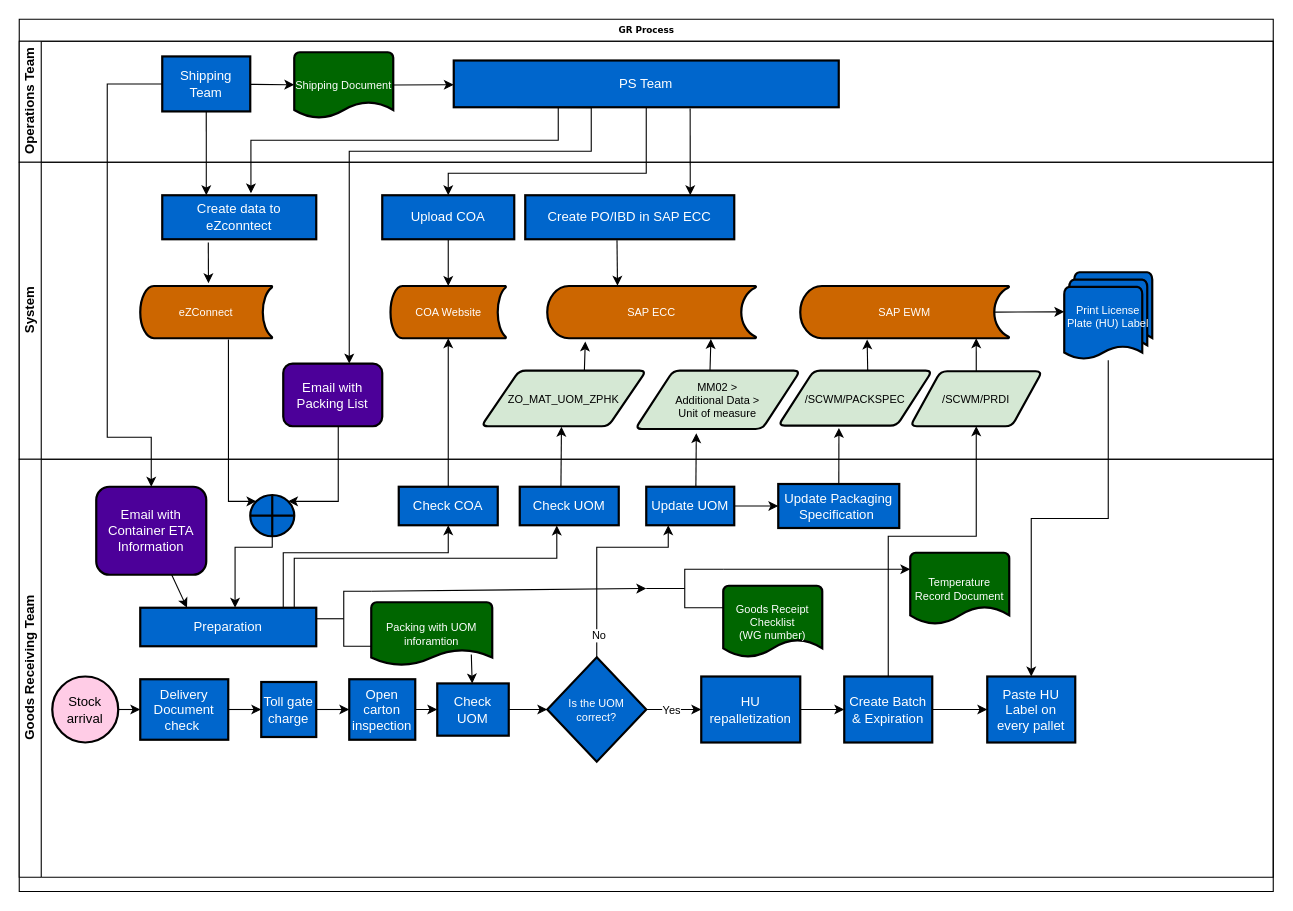
Earlier version of the draw.io diagram GR_Flowchart.drawio (chengkahohk/ZPHK_GR_workflow). Source tidied: cells renumbered, new cells numbered last; positions are measured from the earlier drawing's top-left corner, leaving out a move shared by most shapes. Both pictures are drawn from the tidied source at 110%, with x=0, y=0 at pixel (19, 19).
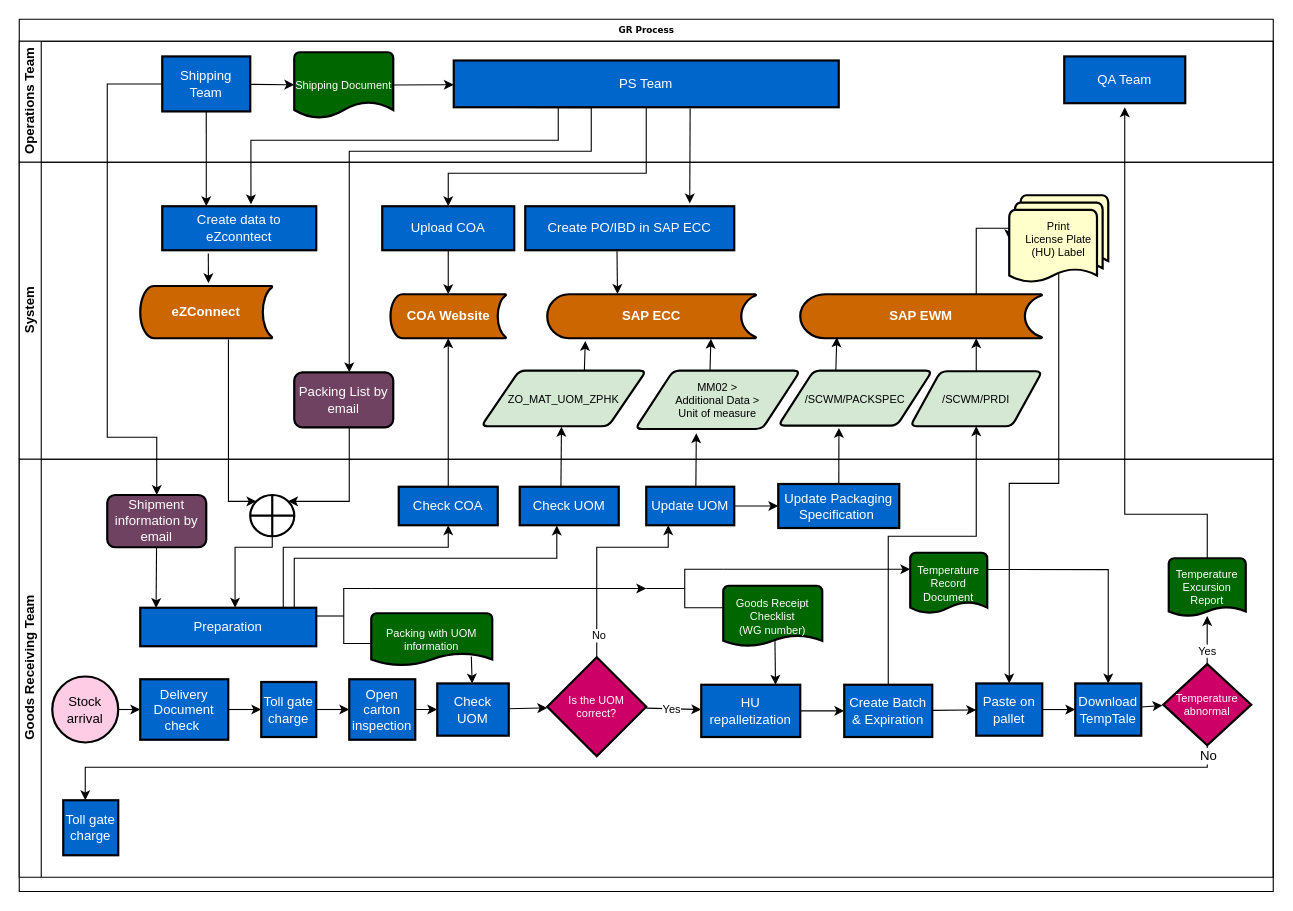
The same diagram, later.

The change refers to these unchanged cells:
```xml
<mxCell id="2" value="GR Process" style="swimlane;html=1;horizontal=1;startSize=20;rounded=0;shadow=0;labelBackgroundColor=none;strokeWidth=1;fontFamily=Verdana;fontSize=8;align=center;" parent="1" vertex="1">
  <mxGeometry width="1140" height="793" as="geometry" />
</mxCell>
<mxCell id="4" value="Operations Team" style="swimlane;html=1;startSize=20;horizontal=0;" parent="2" vertex="1">
  <mxGeometry y="20" width="1140" height="110" as="geometry" />
</mxCell>
<mxCell id="7" value="PS Team" style="whiteSpace=wrap;html=1;fillColor=#0066CC;fontColor=#FFFFFF;strokeWidth=2;" parent="4" vertex="1">
  <mxGeometry x="395" y="17.5" width="350" height="42.5" as="geometry" />
</mxCell>
<mxCell id="9" value="Shipping Team" style="whiteSpace=wrap;html=1;fillColor=#0066CC;fontColor=#FFFFFF;strokeWidth=2;" parent="4" vertex="1">
  <mxGeometry x="130" y="13.8" width="80" height="50" as="geometry" />
</mxCell>
<mxCell id="20" value="System" style="swimlane;html=1;startSize=20;horizontal=0;" parent="2" vertex="1">
  <mxGeometry y="130" width="1140" height="270" as="geometry" />
</mxCell>
<mxCell id="34" value="&lt;font style=&quot;font-size: 10px;&quot;&gt;/SCWM/PACKSPEC&lt;/font&gt;" style="shape=parallelogram;html=1;strokeWidth=2;perimeter=parallelogramPerimeter;whiteSpace=wrap;rounded=1;arcSize=12;size=0.23;fontFamily=Helvetica;fontSize=10;fontColor=#000000;fillColor=#D5E8D4;" parent="20" vertex="1">
  <mxGeometry x="690" y="189.5" width="140" height="50" as="geometry" />
</mxCell>
<mxCell id="44" value="Goods Receiving Team" style="swimlane;html=1;startSize=20;horizontal=0;" parent="2" vertex="1">
  <mxGeometry y="400" width="1140" height="380" as="geometry" />
</mxCell>
<mxCell id="49" value="Check COA" style="whiteSpace=wrap;html=1;fillColor=#0066CC;fontColor=#FFFFFF;strokeWidth=2;" parent="44" vertex="1">
  <mxGeometry x="345" y="25" width="90" height="35" as="geometry" />
</mxCell>
<mxCell id="54" value="Preparation" style="whiteSpace=wrap;html=1;fillColor=#0066CC;fontColor=#FFFFFF;strokeWidth=2;" parent="44" vertex="1">
  <mxGeometry x="110" y="135" width="160" height="35" as="geometry" />
</mxCell>
```

What changed in the source:
```diff
@@
+    <mxCell id="86" value="QA Team" style="whiteSpace=wrap;html=1;fillColor=#0066CC;fontColor=#FFFFFF;strokeWidth=2;" parent="4" vertex="1">
+      <mxGeometry x="950" y="13.8" width="110" height="42.5" as="geometry" />
+    </mxCell>
     <mxCell id="10" style="edgeStyle=orthogonalEdgeStyle;rounded=0;jettySize=auto;html=1;fontFamily=Helvetica;fontSize=10;fontColor=#FFFFFF;elbow=vertical;" parent="2" edge="1" source="9" target="48">
       <mxGeometry relative="1" as="geometry">
         <Array as="points">
+          <mxPoint x="80" y="59" />
           <mxPoint x="80" y="380" />
-          <mxPoint x="120" y="380" />
+          <mxPoint x="125" y="380" />
         </Array>
       </mxGeometry>
     </mxCell>
@@
     <mxCell id="13" style="edgeStyle=orthogonalEdgeStyle;rounded=0;jettySize=auto;html=1;entryX=1;entryY=0;entryDx=0;entryDy=0;fontFamily=Helvetica;fontSize=10;fontColor=#FFFFFF;" parent="2" edge="1" source="32" target="51">
       <mxGeometry relative="1" as="geometry">
         <Array as="points">
-          <mxPoint x="290" y="438" />
+          <mxPoint x="300" y="438" />
         </Array>
       </mxGeometry>
     </mxCell>
@@
-    <mxCell id="15" style="edgeStyle=none;rounded=0;jettySize=auto;html=1;fontFamily=Helvetica;fontSize=10;fontColor=#FFFFFF;elbow=vertical;exitX=0.614;exitY=1.029;exitDx=0;exitDy=0;exitPerimeter=0;" parent="2" edge="1" source="7">
-      <mxGeometry relative="1" as="geometry">
-        <mxPoint x="610" y="160" as="targetPoint" />
-      </mxGeometry>
+    <mxCell id="15" style="edgeStyle=none;rounded=0;jettySize=auto;html=1;fontFamily=Helvetica;fontSize=10;fontColor=#FFFFFF;elbow=vertical;exitX=0.614;exitY=1.029;exitDx=0;exitDy=0;exitPerimeter=0;entryX=0.787;entryY=-0.063;entryDx=0;entryDy=0;entryPerimeter=0;" parent="2" edge="1" source="7" target="29">
+      <mxGeometry relative="1" as="geometry" />
     </mxCell>
@@
     <mxCell id="21" value="Upload COA" style="whiteSpace=wrap;html=1;fillColor=#0066CC;fontColor=#FFFFFF;strokeWidth=2;" parent="20" vertex="1">
-      <mxGeometry x="330" y="30" width="120" height="40" as="geometry" />
+      <mxGeometry x="330" y="40" width="120" height="40" as="geometry" />
     </mxCell>
-    <mxCell id="22" value="SAP ECC" style="strokeWidth=2;html=1;shape=mxgraph.flowchart.stored_data;whiteSpace=wrap;fontFamily=Helvetica;fontSize=10;fontColor=#FFFFFF;fillColor=#CC6600;" parent="20" vertex="1">
-      <mxGeometry x="480" y="112.5" width="190" height="47.5" as="geometry" />
+    <mxCell id="22" value="&lt;font style=&quot;font-size: 12px;&quot;&gt;&lt;b&gt;SAP ECC&lt;/b&gt;&lt;/font&gt;" style="strokeWidth=2;html=1;shape=mxgraph.flowchart.stored_data;whiteSpace=wrap;fontFamily=Helvetica;fontSize=10;fontColor=#FFFFFF;fillColor=#CC6600;" parent="20" vertex="1">
+      <mxGeometry x="480" y="120" width="190" height="40" as="geometry" />
     </mxCell>
-    <mxCell id="23" value="COA Website" style="strokeWidth=2;html=1;shape=mxgraph.flowchart.stored_data;whiteSpace=wrap;fontFamily=Helvetica;fontSize=10;fontColor=#FFFFFF;fillColor=#CC6600;" parent="20" vertex="1">
-      <mxGeometry x="337.5" y="112.5" width="105" height="47.5" as="geometry" />
+    <mxCell id="23" value="&lt;b&gt;&lt;font style=&quot;font-size: 12px;&quot;&gt;COA Website&lt;/font&gt;&lt;/b&gt;" style="strokeWidth=2;html=1;shape=mxgraph.flowchart.stored_data;whiteSpace=wrap;fontFamily=Helvetica;fontSize=10;fontColor=#FFFFFF;fillColor=#CC6600;" parent="20" vertex="1">
+      <mxGeometry x="337.5" y="120" width="105" height="40" as="geometry" />
     </mxCell>
@@
     <mxCell id="26" value="Create data to eZconntect" style="whiteSpace=wrap;html=1;fillColor=#0066CC;fontColor=#FFFFFF;strokeWidth=2;" parent="20" vertex="1">
-      <mxGeometry x="130" y="30" width="140" height="40" as="geometry" />
+      <mxGeometry x="130" y="40" width="140" height="40" as="geometry" />
     </mxCell>
-    <mxCell id="27" value="eZConnect" style="strokeWidth=2;html=1;shape=mxgraph.flowchart.stored_data;whiteSpace=wrap;fontFamily=Helvetica;fontSize=10;fontColor=#FFFFFF;fillColor=#CC6600;" parent="20" vertex="1">
+    <mxCell id="27" value="&lt;b&gt;&lt;font style=&quot;font-size: 12px;&quot;&gt;eZConnect&lt;/font&gt;&lt;/b&gt;" style="strokeWidth=2;html=1;shape=mxgraph.flowchart.stored_data;whiteSpace=wrap;fontFamily=Helvetica;fontSize=10;fontColor=#FFFFFF;fillColor=#CC6600;" parent="20" vertex="1">
       <mxGeometry x="110" y="112.5" width="120" height="47.5" as="geometry" />
     </mxCell>
@@
     <mxCell id="29" value="Create PO/IBD in SAP ECC" style="whiteSpace=wrap;html=1;fillColor=#0066CC;fontColor=#FFFFFF;strokeWidth=2;" parent="20" vertex="1">
-      <mxGeometry x="460" y="30" width="190" height="40" as="geometry" />
+      <mxGeometry x="460" y="40" width="190" height="40" as="geometry" />
     </mxCell>
@@
-    <mxCell id="32" value="Email with Packing List" style="whiteSpace=wrap;html=1;fillColor=#4C0099;fontColor=#FFFFFF;rounded=1;strokeWidth=2;" parent="20" vertex="1">
-      <mxGeometry x="240" y="183" width="90" height="57" as="geometry" />
+    <mxCell id="32" value="Packing List by email" style="whiteSpace=wrap;html=1;fillColor=#704262;fontColor=#FFFFFF;rounded=1;strokeWidth=2;" parent="20" vertex="1">
+      <mxGeometry x="250" y="191" width="90" height="50" as="geometry" />
     </mxCell>
-    <mxCell id="33" style="edgeStyle=none;rounded=0;jettySize=auto;html=1;fontSize=9;exitX=0.581;exitY=0.002;exitDx=0;exitDy=0;exitPerimeter=0;entryX=0.32;entryY=1.024;entryDx=0;entryDy=0;entryPerimeter=0;" parent="20" edge="1" source="34" target="38">
+    <mxCell id="33" style="rounded=0;jettySize=auto;html=1;fontFamily=Helvetica;fontSize=10;fontColor=#FFFFFF;exitX=0.374;exitY=-0.01;exitDx=0;exitDy=0;entryX=0.151;entryY=0.98;entryDx=0;entryDy=0;entryPerimeter=0;exitPerimeter=0;" parent="20" edge="1" source="34" target="38">
       <mxGeometry relative="1" as="geometry" />
     </mxCell>
@@
-    <mxCell id="37" style="rounded=0;jettySize=auto;html=1;fontFamily=Helvetica;fontSize=10;fontColor=#FFFFFF;exitX=0.93;exitY=0.5;exitDx=0;exitDy=0;exitPerimeter=0;" parent="20" edge="1" source="38">
-      <mxGeometry relative="1" as="geometry">
-        <mxPoint x="950" y="136" as="targetPoint" />
-      </mxGeometry>
-    </mxCell>
+    <mxCell id="87" style="edgeStyle=orthogonalEdgeStyle;rounded=0;jettySize=auto;html=1;entryX=0;entryY=0.5;entryDx=0;entryDy=0;entryPerimeter=0;fontFamily=Helvetica;fontSize=10;fontColor=#FFFFFF;" parent="20" edge="1" source="38" target="41">
+      <mxGeometry relative="1" as="geometry">
+        <Array as="points">
+          <mxPoint x="870" y="60" />
+        </Array>
+      </mxGeometry>
+    </mxCell>
-    <mxCell id="38" value="SAP EWM" style="strokeWidth=2;html=1;shape=mxgraph.flowchart.stored_data;whiteSpace=wrap;fontFamily=Helvetica;fontSize=10;fontColor=#FFFFFF;fillColor=#CC6600;" parent="20" vertex="1">
-      <mxGeometry x="710" y="112.5" width="190" height="47.5" as="geometry" />
+    <mxCell id="38" value="&lt;b&gt;&lt;font style=&quot;font-size: 12px;&quot;&gt;SAP EWM&lt;/font&gt;&lt;/b&gt;" style="strokeWidth=2;html=1;shape=mxgraph.flowchart.stored_data;whiteSpace=wrap;fontFamily=Helvetica;fontSize=10;fontColor=#FFFFFF;fillColor=#CC6600;" parent="20" vertex="1">
+      <mxGeometry x="710" y="120" width="220" height="40" as="geometry" />
     </mxCell>
-    <mxCell id="39" style="edgeStyle=none;rounded=0;jettySize=auto;html=1;fontFamily=Helvetica;fontSize=10;fontColor=#FFFFFF;entryX=0.842;entryY=1;entryDx=0;entryDy=0;entryPerimeter=0;" parent="20" edge="1" target="38">
+    <mxCell id="39" style="edgeStyle=none;rounded=0;orthogonalLoop=1;jettySize=auto;html=1;fontFamily=Helvetica;fontSize=10;fontColor=#FFFFFF;" parent="20" edge="1">
       <mxGeometry relative="1" as="geometry">
         <mxPoint x="870" y="190" as="sourcePoint" />
+        <mxPoint x="870" y="160" as="targetPoint" />
       </mxGeometry>
     </mxCell>
@@
-    <mxCell id="41" value="Print License Plate (HU) Label" style="strokeWidth=2;html=1;shape=mxgraph.flowchart.multi-document;whiteSpace=wrap;fontFamily=Helvetica;fontSize=10;fontColor=#FFFFFF;fillColor=#0066CC;" parent="20" vertex="1">
-      <mxGeometry x="950" y="100" width="80" height="80" as="geometry" />
+    <mxCell id="41" value="Print&lt;br&gt;License Plate&lt;br&gt;(HU) Label" style="strokeWidth=2;html=1;shape=mxgraph.flowchart.multi-document;whiteSpace=wrap;fontFamily=Helvetica;fontSize=10;fontColor=#000000;fillColor=#FFFFCC;" parent="20" vertex="1">
+      <mxGeometry x="900" y="30" width="90" height="80" as="geometry" />
     </mxCell>
@@
+    <mxCell id="85" style="edgeStyle=orthogonalEdgeStyle;rounded=0;jettySize=auto;html=1;entryX=0.5;entryY=0;entryDx=0;entryDy=0;fontFamily=Helvetica;fontSize=10;fontColor=#FFFFFF;exitX=0.5;exitY=0.88;exitDx=0;exitDy=0;exitPerimeter=0;" parent="2" edge="1" source="41" target="79">
+      <mxGeometry relative="1" as="geometry" />
+    </mxCell>
@@
-    <mxCell id="47" style="edgeStyle=none;rounded=0;jettySize=auto;html=1;fontFamily=Helvetica;fontSize=10;fontColor=#FFFFFF;elbow=vertical;entryX=0.375;entryY=0;entryDx=0;entryDy=0;" parent="44" edge="1" source="48">
-      <mxGeometry relative="1" as="geometry">
-        <mxPoint x="152.5" y="135" as="targetPoint" />
-      </mxGeometry>
+    <mxCell id="47" style="edgeStyle=none;rounded=0;jettySize=auto;html=1;fontFamily=Helvetica;fontSize=10;fontColor=#FFFFFF;elbow=vertical;entryX=0.09;entryY=0.008;entryDx=0;entryDy=0;entryPerimeter=0;" parent="44" edge="1" source="48" target="54">
+      <mxGeometry relative="1" as="geometry" />
     </mxCell>
-    <mxCell id="48" value="Email with Container ETA Information" style="whiteSpace=wrap;html=1;fillColor=#4C0099;fontColor=#FFFFFF;rounded=1;strokeWidth=2;" parent="44" vertex="1">
-      <mxGeometry x="70" y="25" width="100" height="80" as="geometry" />
+    <mxCell id="48" value="Shipment information by email" style="whiteSpace=wrap;html=1;fillColor=#704262;fontColor=#FFFFFF;rounded=1;strokeWidth=2;" parent="44" vertex="1">
+      <mxGeometry x="80" y="32.5" width="90" height="47.5" as="geometry" />
     </mxCell>
@@
-    <mxCell id="51" style="shape=orEllipse;perimeter=ellipsePerimeter;whiteSpace=wrap;html=1;backgroundOutline=1;fontFamily=Helvetica;fontSize=10;fontColor=#FFFFFF;strokeColor=default;strokeWidth=2;fillColor=#0066CC;" parent="44" vertex="1">
+    <mxCell id="51" style="shape=orEllipse;perimeter=ellipsePerimeter;whiteSpace=wrap;html=1;backgroundOutline=1;fontFamily=Helvetica;fontSize=10;fontColor=#FFFFFF;strokeColor=default;strokeWidth=2;fillColor=#FFFFFF;" parent="44" vertex="1">
       <mxGeometry x="210" y="32.5" width="40" height="37.5" as="geometry" />
     </mxCell>
@@
     <mxCell id="53" style="edgeStyle=orthogonalEdgeStyle;rounded=0;jettySize=auto;html=1;entryX=0.5;entryY=1;entryDx=0;entryDy=0;fontFamily=Helvetica;fontSize=10;fontColor=#FFFFFF;elbow=vertical;" parent="44" edge="1" source="54" target="49">
       <mxGeometry relative="1" as="geometry">
         <Array as="points">
-          <mxPoint x="240" y="85" />
-          <mxPoint x="390" y="85" />
+          <mxPoint x="240" y="80" />
+          <mxPoint x="390" y="80" />
         </Array>
       </mxGeometry>
     </mxCell>
@@
-    <mxCell id="61" value="Packing with UOM inforamtion" style="strokeWidth=2;html=1;shape=mxgraph.flowchart.document2;whiteSpace=wrap;size=0.25;fontFamily=Helvetica;fontSize=10;fontColor=#FFFFFF;fillColor=#006600;" parent="44" vertex="1">
-      <mxGeometry x="320" y="130" width="110" height="57.5" as="geometry" />
+    <mxCell id="61" value="Packing with UOM information" style="strokeWidth=2;html=1;shape=mxgraph.flowchart.document2;whiteSpace=wrap;size=0.23274853801169565;fontFamily=Helvetica;fontSize=10;fontColor=#FFFFFF;fillColor=#006600;" parent="44" vertex="1">
+      <mxGeometry x="320" y="140" width="110" height="47.5" as="geometry" />
     </mxCell>
-    <mxCell id="62" value="Is the UOM correct?" style="strokeWidth=2;html=1;shape=mxgraph.flowchart.decision;whiteSpace=wrap;fontFamily=Helvetica;fontSize=10;fontColor=#FFFFFF;fillColor=#0066CC;" parent="44" vertex="1">
-      <mxGeometry x="480" y="180" width="90" height="95" as="geometry" />
+    <mxCell id="62" value="Is the UOM correct?" style="strokeWidth=2;html=1;shape=mxgraph.flowchart.decision;whiteSpace=wrap;fontFamily=Helvetica;fontSize=10;fontColor=#FFFFFF;fillColor=#CC0066;" parent="44" vertex="1">
+      <mxGeometry x="480" y="180" width="90" height="90" as="geometry" />
     </mxCell>
@@
-    <mxCell id="66" style="edgeStyle=orthogonalEdgeStyle;rounded=0;jettySize=auto;html=1;fontSize=9;" parent="44" edge="1" source="67" target="72">
+    <mxCell id="66" style="rounded=0;jettySize=auto;html=1;fontSize=9;" parent="44" edge="1" source="67" target="72">
       <mxGeometry relative="1" as="geometry" />
     </mxCell>
     <mxCell id="67" value="HU repalletization" style="whiteSpace=wrap;html=1;fillColor=#0066CC;fontColor=#FFFFFF;strokeWidth=2;" parent="44" vertex="1">
-      <mxGeometry x="620" y="197.5" width="90" height="60" as="geometry" />
+      <mxGeometry x="620" y="205" width="90" height="47.5" as="geometry" />
     </mxCell>
@@
     <mxCell id="72" value="Create Batch &amp;amp; Expiration" style="whiteSpace=wrap;html=1;fillColor=#0066CC;fontColor=#FFFFFF;strokeWidth=2;" parent="44" vertex="1">
-      <mxGeometry x="750" y="197.5" width="80" height="60" as="geometry" />
+      <mxGeometry x="750" y="205" width="80" height="47.5" as="geometry" />
     </mxCell>
     <mxCell id="73" style="strokeWidth=1;html=1;shape=mxgraph.flowchart.annotation_2;align=left;labelPosition=right;fontFamily=Helvetica;fontSize=10;fontColor=#FFFFFF;fillColor=#0066CC;" parent="44" vertex="1">
-      <mxGeometry x="270" y="120" width="50" height="50" as="geometry" />
+      <mxGeometry x="270" y="117.5" width="50" height="50" as="geometry" />
     </mxCell>
+    <mxCell id="88" style="edgeStyle=none;rounded=0;jettySize=auto;html=1;fontFamily=Helvetica;fontSize=10;fontColor=#FFFFFF;exitX=0.522;exitY=0.853;exitDx=0;exitDy=0;exitPerimeter=0;entryX=0.75;entryY=0;entryDx=0;entryDy=0;" parent="44" edge="1" source="74" target="67">
+      <mxGeometry relative="1" as="geometry" />
+    </mxCell>
-    <mxCell id="74" value="Goods Receipt Checklist&lt;br&gt;(WG number)" style="strokeWidth=2;html=1;shape=mxgraph.flowchart.document2;whiteSpace=wrap;size=0.25;fontFamily=Helvetica;fontSize=10;fontColor=#FFFFFF;fillColor=#006600;" parent="44" vertex="1">
-      <mxGeometry x="640" y="115" width="90" height="65" as="geometry" />
+    <mxCell id="74" value="Goods Receipt Checklist&lt;br&gt;(WG number)" style="strokeWidth=2;html=1;shape=mxgraph.flowchart.document2;whiteSpace=wrap;size=0.17912457912457908;fontFamily=Helvetica;fontSize=10;fontColor=#FFFFFF;fillColor=#006600;" parent="44" vertex="1">
+      <mxGeometry x="640" y="115" width="90" height="55" as="geometry" />
     </mxCell>
@@
-    <mxCell id="79" value="Paste HU Label on every pallet" style="whiteSpace=wrap;html=1;fillColor=#0066CC;fontColor=#FFFFFF;strokeWidth=2;" parent="44" vertex="1">
-      <mxGeometry x="880" y="197.5" width="80" height="60" as="geometry" />
+    <mxCell id="79" value="Paste on pallet" style="whiteSpace=wrap;html=1;fillColor=#0066CC;fontColor=#FFFFFF;strokeWidth=2;" parent="44" vertex="1">
+      <mxGeometry x="870" y="203.8" width="60" height="47.5" as="geometry" />
     </mxCell>
@@
+    <mxCell id="89" style="edgeStyle=orthogonalEdgeStyle;rounded=0;jettySize=auto;html=1;entryX=0.5;entryY=0;entryDx=0;entryDy=0;fontFamily=Helvetica;fontSize=12;fontColor=#FFFFFF;exitX=0.987;exitY=0.278;exitDx=0;exitDy=0;exitPerimeter=0;" parent="44" edge="1" source="84" target="96">
+      <mxGeometry relative="1" as="geometry">
+        <Array as="points">
+          <mxPoint x="990" y="100" />
+        </Array>
+      </mxGeometry>
+    </mxCell>
-    <mxCell id="84" value="Temperature Record Document" style="strokeWidth=2;html=1;shape=mxgraph.flowchart.document2;whiteSpace=wrap;size=0.25;fontFamily=Helvetica;fontSize=10;fontColor=#FFFFFF;fillColor=#006600;" parent="44" vertex="1">
-      <mxGeometry x="810" y="85" width="90" height="65" as="geometry" />
+    <mxCell id="84" value="Temperature Record Document" style="strokeWidth=2;html=1;shape=mxgraph.flowchart.document2;whiteSpace=wrap;size=0.18585858585858703;fontFamily=Helvetica;fontSize=10;fontColor=#FFFFFF;fillColor=#006600;" parent="44" vertex="1">
+      <mxGeometry x="810" y="85" width="70" height="55" as="geometry" />
     </mxCell>
-    <mxCell id="85" style="edgeStyle=orthogonalEdgeStyle;rounded=0;jettySize=auto;html=1;entryX=0.5;entryY=0;entryDx=0;entryDy=0;fontFamily=Helvetica;fontSize=10;fontColor=#FFFFFF;" parent="2" edge="1" source="41" target="79">
-      <mxGeometry relative="1" as="geometry" />
-    </mxCell>
+    <mxCell id="90" style="edgeStyle=none;rounded=0;jettySize=auto;html=1;fontFamily=Helvetica;fontSize=10;fontColor=#FFFFFF;exitX=0.499;exitY=0.025;exitDx=0;exitDy=0;exitPerimeter=0;" parent="44" edge="1" source="92" target="94">
+      <mxGeometry relative="1" as="geometry" />
+    </mxCell>
+    <mxCell id="91" value="Yes" style="edgeLabel;html=1;align=center;verticalAlign=middle;fontSize=10;fontFamily=Helvetica;fontColor=#000000;" parent="90" vertex="1">
+      <mxGeometry x="-0.34" relative="1" as="geometry" />
+    </mxCell>
+    <mxCell id="92" value="Temperature abnormal" style="strokeWidth=2;html=1;shape=mxgraph.flowchart.decision;whiteSpace=wrap;fontFamily=Helvetica;fontSize=10;fontColor=#FFFFFF;fillColor=#CC0066;" parent="44" vertex="1">
+      <mxGeometry x="1040" y="186.2" width="80" height="73.8" as="geometry" />
+    </mxCell>
+    <mxCell id="93" value="Toll gate charge" style="whiteSpace=wrap;html=1;fillColor=#0066CC;fontColor=#FFFFFF;strokeWidth=2;" parent="44" vertex="1">
+      <mxGeometry x="40" y="310" width="50" height="50" as="geometry" />
+    </mxCell>
+    <mxCell id="94" value="Temperature Excursion Report" style="strokeWidth=2;html=1;shape=mxgraph.flowchart.document2;whiteSpace=wrap;size=0.15767195767195646;fontFamily=Helvetica;fontSize=10;fontColor=#FFFFFF;fillColor=#006600;" parent="44" vertex="1">
+      <mxGeometry x="1045" y="90" width="70" height="52.5" as="geometry" />
+    </mxCell>
+    <mxCell id="95" style="edgeStyle=none;rounded=0;jettySize=auto;html=1;entryX=-0.009;entryY=0.509;entryDx=0;entryDy=0;entryPerimeter=0;fontFamily=Helvetica;fontSize=12;fontColor=#FFFFFF;" parent="44" edge="1" source="96" target="92">
+      <mxGeometry relative="1" as="geometry" />
+    </mxCell>
+    <mxCell id="96" value="Download&lt;br&gt;TempTale" style="whiteSpace=wrap;html=1;fillColor=#0066CC;fontColor=#FFFFFF;strokeWidth=2;" parent="44" vertex="1">
+      <mxGeometry x="960" y="203.8" width="60" height="47.5" as="geometry" />
+    </mxCell>
+    <mxCell id="97" style="edgeStyle=none;rounded=0;jettySize=auto;html=1;fontFamily=Helvetica;fontSize=10;fontColor=#FFFFFF;" parent="44" edge="1" source="79" target="96">
+      <mxGeometry relative="1" as="geometry" />
+    </mxCell>
+    <mxCell id="98" style="edgeStyle=orthogonalEdgeStyle;rounded=0;orthogonalLoop=1;jettySize=auto;html=1;entryX=0.4;entryY=0;entryDx=0;entryDy=0;entryPerimeter=0;fontFamily=Helvetica;fontSize=12;fontColor=#FFFFFF;" parent="44" edge="1">
+      <mxGeometry relative="1" as="geometry">
+        <mxPoint x="1080" y="260" as="sourcePoint" />
+        <mxPoint x="60" y="310" as="targetPoint" />
+        <Array as="points">
+          <mxPoint x="1080" y="280" />
+          <mxPoint x="60" y="280" />
+        </Array>
+      </mxGeometry>
+    </mxCell>
+    <mxCell id="99" value="No" style="edgeLabel;html=1;align=center;verticalAlign=middle;fontSize=12;fontFamily=Helvetica;fontColor=#000000;" parent="98" vertex="1">
+      <mxGeometry x="-0.99" y="-1" relative="1" as="geometry">
+        <mxPoint x="1" y="4" as="offset" />
+      </mxGeometry>
+    </mxCell>
+    <mxCell id="100" style="edgeStyle=orthogonalEdgeStyle;rounded=0;jettySize=auto;html=1;fontFamily=Helvetica;fontSize=12;fontColor=#FFFFFF;" parent="2" edge="1" source="94">
+      <mxGeometry relative="1" as="geometry">
+        <mxPoint x="1005" y="80" as="targetPoint" />
+        <Array as="points">
+          <mxPoint x="1080" y="450" />
+          <mxPoint x="1005" y="450" />
+        </Array>
+      </mxGeometry>
+    </mxCell>
```
